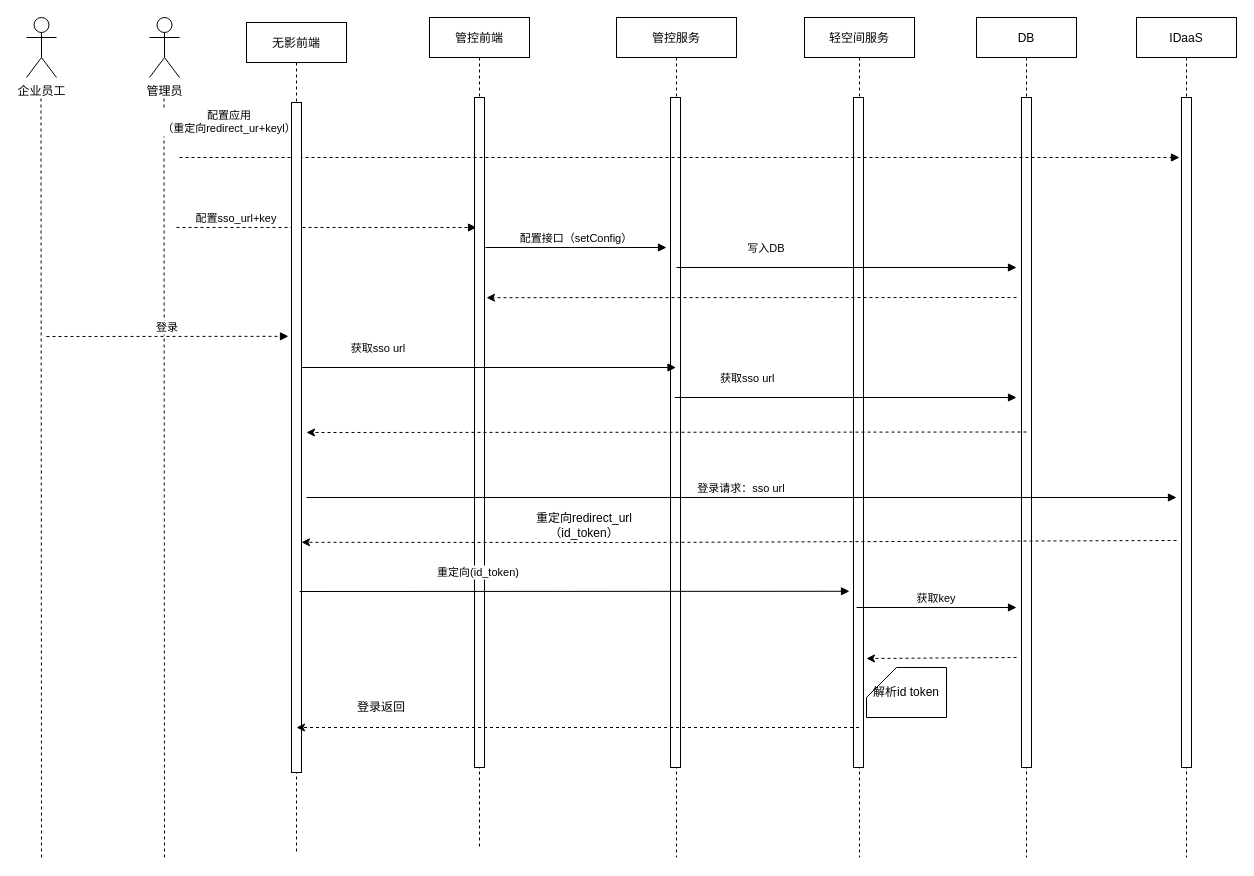
The draw.io diagram Idaas_flow.drawio in chenkangzeng/appstreaming, before the edit. Source tidied: cells renumbered, new cells numbered last; positions are measured from the earlier drawing's top-left corner, leaving out a move shared by most shapes. Both pictures are drawn from the tidied source at 100%, with x=0, y=0 at pixel (26, 17).
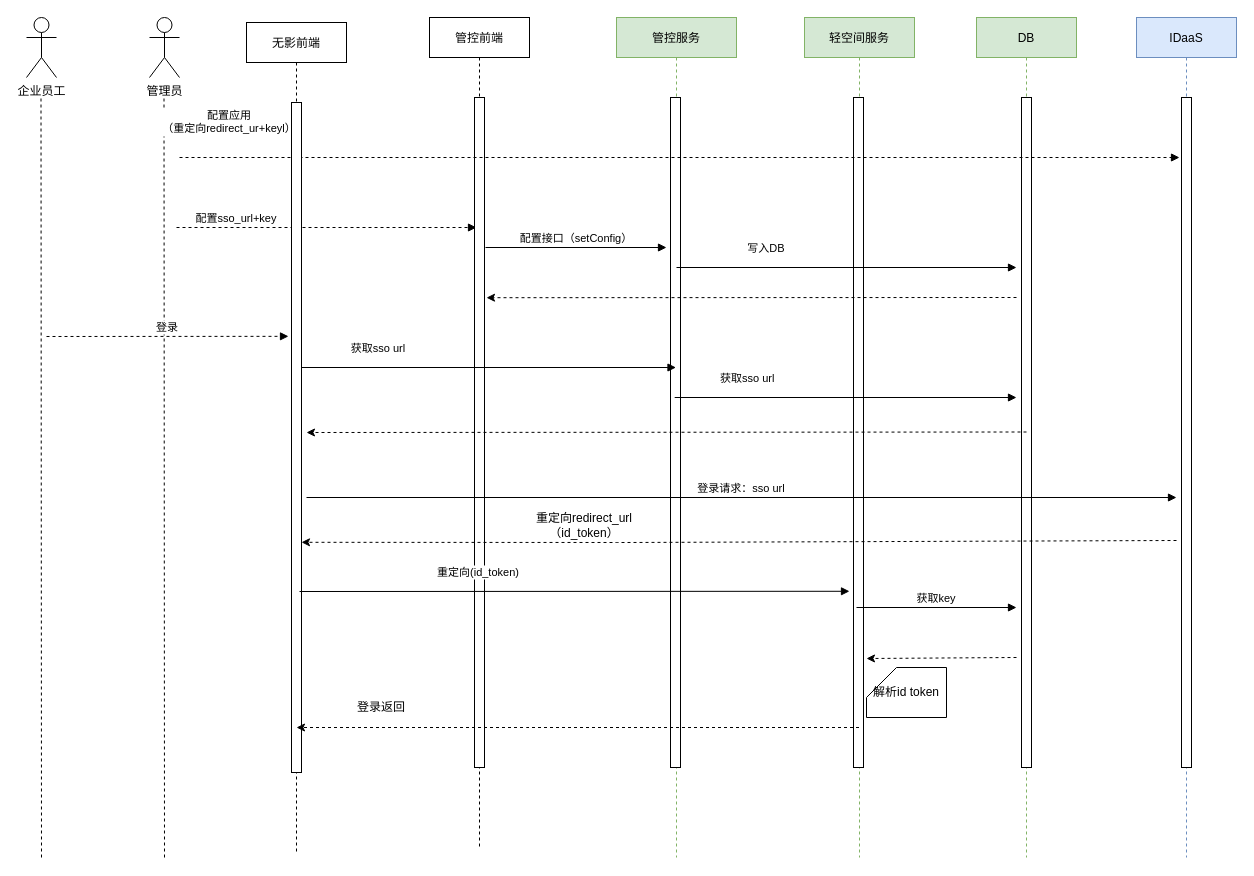
After the change.

The edit, as a diff of the source:
```diff
@@
-    <mxCell id="2" value="管控服务" style="shape=umlLifeline;perimeter=lifelinePerimeter;rounded=0;shadow=0;strokeWidth=1;" parent="1" vertex="1">
+    <mxCell id="2" value="管控服务" style="shape=umlLifeline;perimeter=lifelinePerimeter;rounded=0;shadow=0;strokeWidth=1;fillColor=#d5e8d4;strokeColor=#82b366;" parent="1" vertex="1">
       <mxGeometry x="590" width="120" height="840" as="geometry" />
     </mxCell>
@@
-    <mxCell id="6" value="轻空间服务" style="shape=umlLifeline;perimeter=lifelinePerimeter;rounded=0;shadow=0;strokeWidth=1;" parent="1" vertex="1">
+    <mxCell id="6" value="轻空间服务" style="shape=umlLifeline;perimeter=lifelinePerimeter;rounded=0;shadow=0;strokeWidth=1;fillColor=#d5e8d4;strokeColor=#82b366;" parent="1" vertex="1">
       <mxGeometry x="778" width="110" height="840" as="geometry" />
     </mxCell>
@@
-    <mxCell id="8" value="DB" style="shape=umlLifeline;perimeter=lifelinePerimeter;rounded=0;shadow=0;strokeWidth=1;" parent="1" vertex="1">
+    <mxCell id="8" value="DB" style="shape=umlLifeline;perimeter=lifelinePerimeter;rounded=0;shadow=0;strokeWidth=1;fillColor=#d5e8d4;strokeColor=#82b366;" parent="1" vertex="1">
       <mxGeometry x="950" width="100" height="840" as="geometry" />
     </mxCell>
@@
-    <mxCell id="16" value="IDaaS" style="shape=umlLifeline;perimeter=lifelinePerimeter;rounded=0;shadow=0;strokeWidth=1;" parent="1" vertex="1">
+    <mxCell id="16" value="IDaaS" style="shape=umlLifeline;perimeter=lifelinePerimeter;rounded=0;shadow=0;strokeWidth=1;fillColor=#dae8fc;strokeColor=#6c8ebf;" parent="1" vertex="1">
       <mxGeometry x="1110" width="100" height="840" as="geometry" />
     </mxCell>
```
